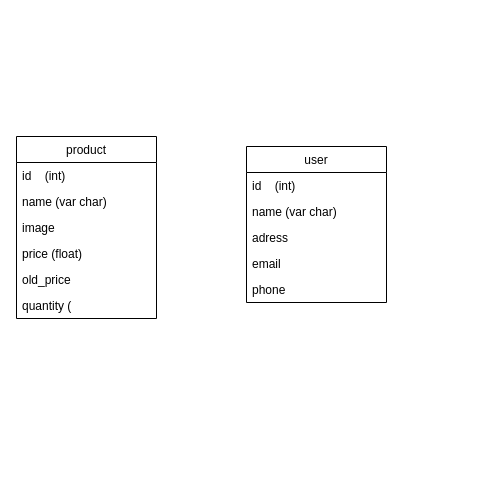
This is Untitled Diagram.drawio from tanls86/cv.github.io, a draw.io file, before an edit. Source tidied: cells renumbered, new cells numbered last; positions are measured from the earlier drawing's top-left corner, leaving out a move shared by most shapes. Both pictures are drawn from the tidied source at 100%, with x=0, y=0 at pixel (16, 136).
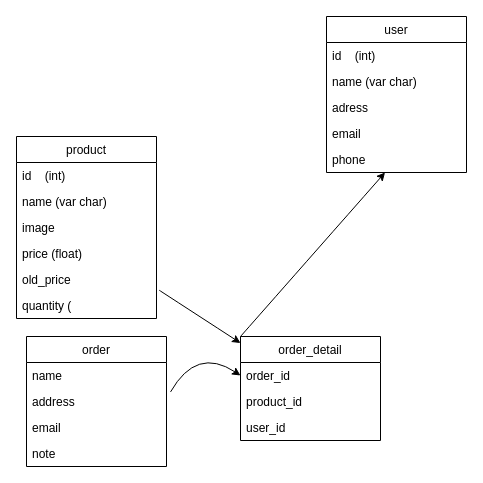
The same diagram, later.

The change refers to these unchanged cells:
```xml
<mxCell id="8" value="quantity (" style="text;strokeColor=none;fillColor=none;align=left;verticalAlign=top;spacingLeft=4;spacingRight=4;overflow=hidden;points=[[0,0.5],[1,0.5]];portConstraint=eastwest;" parent="2" vertex="1">
  <mxGeometry y="156" width="140" height="26" as="geometry" />
</mxCell>
<mxCell id="14" value="phone" style="text;strokeColor=none;fillColor=none;align=left;verticalAlign=top;spacingLeft=4;spacingRight=4;overflow=hidden;points=[[0,0.5],[1,0.5]];portConstraint=eastwest;" parent="9" vertex="1">
  <mxGeometry y="130" width="140" height="26" as="geometry" />
</mxCell>
```

Change to the diagram source:
```diff
@@
     <mxCell id="9" value="user" style="swimlane;fontStyle=0;horizontal=1;startSize=26;fillColor=none;" parent="1" vertex="1">
-      <mxGeometry x="230" y="10" width="140" height="156" as="geometry" />
+      <mxGeometry x="310" y="-120" width="140" height="156" as="geometry" />
     </mxCell>
@@
+    <mxCell id="15" value="order" style="swimlane;fontStyle=0;horizontal=1;startSize=26;fillColor=none;" parent="1" vertex="1">
+      <mxGeometry x="10" y="200" width="140" height="130" as="geometry" />
+    </mxCell>
+    <mxCell id="16" value="name" style="text;strokeColor=none;fillColor=none;align=left;verticalAlign=top;spacingLeft=4;spacingRight=4;overflow=hidden;points=[[0,0.5],[1,0.5]];portConstraint=eastwest;" parent="15" vertex="1">
+      <mxGeometry y="26" width="140" height="26" as="geometry" />
+    </mxCell>
+    <mxCell id="17" value="address" style="text;strokeColor=none;fillColor=none;align=left;verticalAlign=top;spacingLeft=4;spacingRight=4;overflow=hidden;" parent="15" vertex="1">
+      <mxGeometry y="52" width="140" height="26" as="geometry" />
+    </mxCell>
+    <mxCell id="18" value="email" style="text;strokeColor=none;fillColor=none;align=left;verticalAlign=top;spacingLeft=4;spacingRight=4;overflow=hidden;" parent="15" vertex="1">
+      <mxGeometry y="78" width="140" height="26" as="geometry" />
+    </mxCell>
+    <mxCell id="19" value="note" style="text;strokeColor=none;fillColor=none;align=left;verticalAlign=top;spacingLeft=4;spacingRight=4;overflow=hidden;" parent="15" vertex="1">
+      <mxGeometry y="104" width="140" height="26" as="geometry" />
+    </mxCell>
+    <mxCell id="20" value="order_detail" style="swimlane;fontStyle=0;horizontal=1;startSize=26;fillColor=none;" parent="1" vertex="1">
+      <mxGeometry x="224" y="200" width="140" height="104" as="geometry" />
+    </mxCell>
+    <mxCell id="21" value="order_id" style="text;strokeColor=none;fillColor=none;align=left;verticalAlign=top;spacingLeft=4;spacingRight=4;overflow=hidden;points=[[0,0.5],[1,0.5]];portConstraint=eastwest;" parent="20" vertex="1">
+      <mxGeometry y="26" width="140" height="26" as="geometry" />
+    </mxCell>
+    <mxCell id="22" value="product_id" style="text;strokeColor=none;fillColor=none;align=left;verticalAlign=top;spacingLeft=4;spacingRight=4;overflow=hidden;" parent="20" vertex="1">
+      <mxGeometry y="52" width="140" height="26" as="geometry" />
+    </mxCell>
+    <mxCell id="23" value="user_id" style="text;strokeColor=none;fillColor=none;align=left;verticalAlign=top;spacingLeft=4;spacingRight=4;overflow=hidden;" parent="20" vertex="1">
+      <mxGeometry y="78" width="140" height="26" as="geometry" />
+    </mxCell>
+    <mxCell id="24" style="endArrow=classic;html=1;rounded=0;curved=1;exitX=1.02;exitY=-0.085;exitDx=0;exitDy=0;exitPerimeter=0;" parent="1" edge="1" source="8" target="20">
+      <mxGeometry relative="1" as="geometry" />
+    </mxCell>
+    <mxCell id="25" style="endArrow=classic;html=1;rounded=0;curved=1;exitX=1.029;exitY=1.131;exitDx=0;exitDy=0;exitPerimeter=0;entryX=0;entryY=0.5;entryDx=0;entryDy=0;" parent="1" edge="1" source="16" target="21">
+      <mxGeometry relative="1" as="geometry">
+        <Array as="points">
+          <mxPoint x="180" y="210" />
+        </Array>
+      </mxGeometry>
+    </mxCell>
+    <mxCell id="26" style="endArrow=classic;html=1;rounded=0;curved=1;exitX=0;exitY=0;exitDx=0;exitDy=0;" parent="1" edge="1" source="20" target="14">
+      <mxGeometry relative="1" as="geometry" />
+    </mxCell>
```
